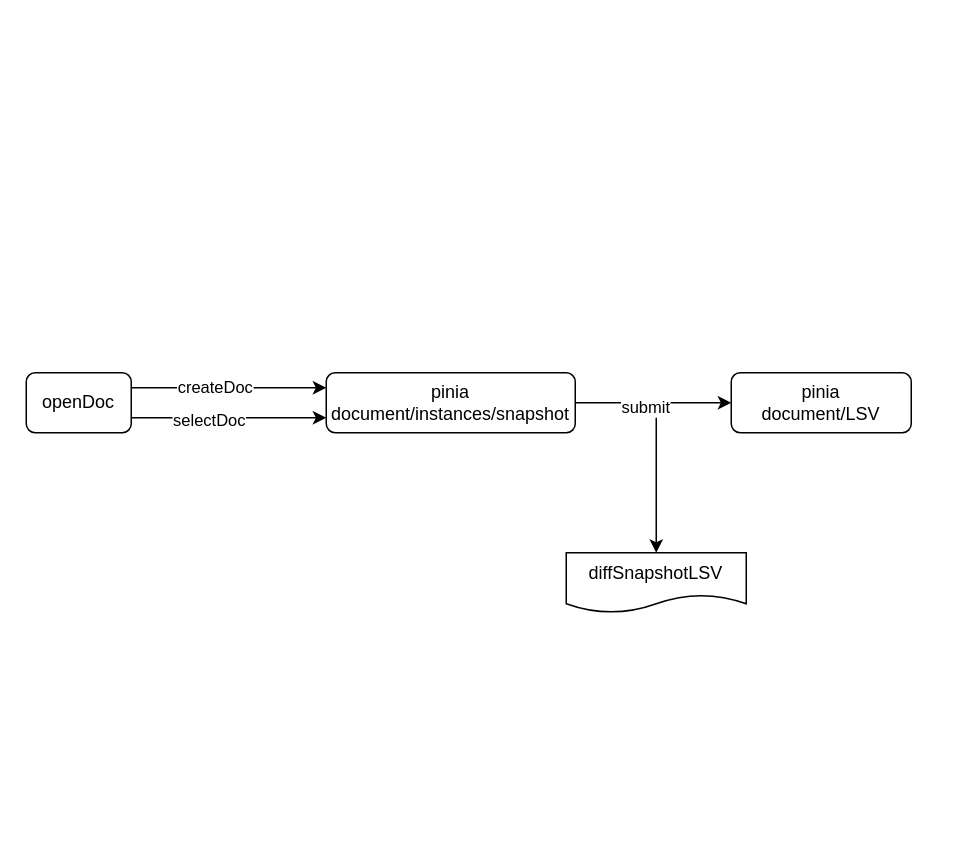
lance631/notes keeps this draw.io diagram as 未命名绘图.drawio. Above is the earlier version. Source tidied: cells renumbered, new cells numbered last; positions are measured from the earlier drawing's top-left corner, leaving out a move shared by most shapes. Both pictures are drawn from the tidied source at 150%, with x=0, y=0 at pixel (26, 372).
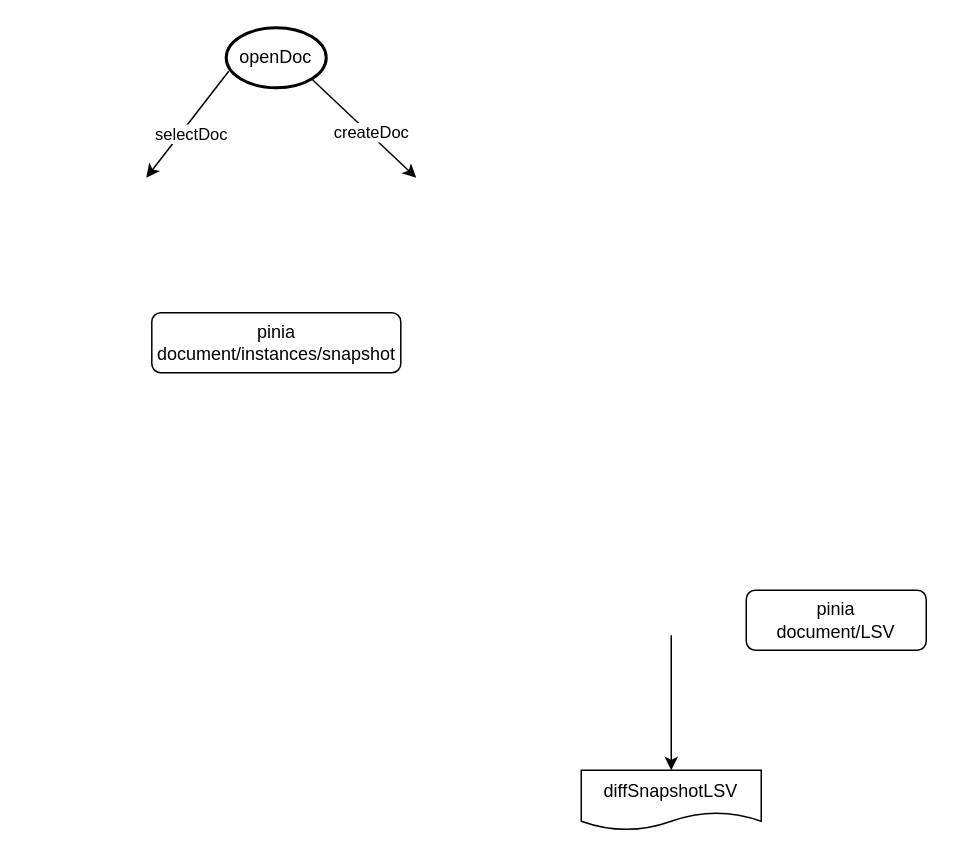
Above is the later version.

Commit message:
前端开发文档.drawio

Change to the diagram source:
```diff
@@
 <mxGraphModel>
   <root>
     <mxCell id="0" />
     <mxCell id="1" parent="0" />
-    <mxCell id="2" value="openDoc" style="rounded=1;whiteSpace=wrap;html=1;" parent="1" vertex="1">
-      <mxGeometry width="70" height="40" as="geometry" />
-    </mxCell>
     <mxCell id="3" value="pinia&lt;div style=&quot;text-align: start;&quot;&gt;document/instances/&lt;span style=&quot;background-color: initial;&quot;&gt;snapshot&lt;/span&gt;&lt;/div&gt;" style="rounded=1;whiteSpace=wrap;html=1;" parent="1" vertex="1">
-      <mxGeometry x="200" width="166" height="40" as="geometry" />
+      <mxGeometry x="83.7" y="-40" width="166" height="40" as="geometry" />
     </mxCell>
     <mxCell id="4" value="pinia&lt;div style=&quot;text-align: start;&quot;&gt;document/LSV&lt;/div&gt;" style="rounded=1;whiteSpace=wrap;html=1;" parent="1" vertex="1">
-      <mxGeometry x="470" width="120" height="40" as="geometry" />
+      <mxGeometry x="480" y="145" width="120" height="40" as="geometry" />
     </mxCell>
-    <mxCell id="5" style="endArrow=classic;html=1;rounded=0;exitX=1;exitY=0.25;exitDx=0;exitDy=0;" parent="1" edge="1" source="2">
+    <mxCell id="5" style="endArrow=classic;html=1;rounded=0;exitX=0.855;exitY=0.855;exitDx=0;exitDy=0;exitPerimeter=0;" parent="1" edge="1" source="2">
       <mxGeometry relative="1" as="geometry">
-        <mxPoint x="200" y="10" as="targetPoint" />
+        <mxPoint x="260" y="-130" as="targetPoint" />
       </mxGeometry>
     </mxCell>
     <mxCell id="6" value="createDoc" style="edgeLabel;html=1;align=center;verticalAlign=middle;" parent="5" vertex="1">
-      <mxGeometry x="-0.15" y="1" relative="1" as="geometry" />
+      <mxGeometry x="-0.15" y="1" relative="1" as="geometry">
+        <mxPoint x="9" y="8" as="offset" />
+      </mxGeometry>
     </mxCell>
-    <mxCell id="7" style="endArrow=classic;html=1;rounded=0;exitX=1;exitY=0.25;exitDx=0;exitDy=0;" parent="1" edge="1">
+    <mxCell id="7" style="endArrow=classic;html=1;rounded=0;exitX=0.025;exitY=0.725;exitDx=0;exitDy=0;exitPerimeter=0;" parent="1" edge="1" source="2">
       <mxGeometry relative="1" as="geometry">
-        <mxPoint x="70" y="30" as="sourcePoint" />
-        <mxPoint x="200" y="30" as="targetPoint" />
+        <mxPoint x="80" y="-130" as="targetPoint" />
       </mxGeometry>
     </mxCell>
     <mxCell id="8" value="selectDoc" style="edgeLabel;html=1;align=center;verticalAlign=middle;" parent="7" vertex="1">
-      <mxGeometry x="-0.22" y="-1" relative="1" as="geometry" />
+      <mxGeometry x="-0.22" y="-1" relative="1" as="geometry">
+        <mxPoint x="-3" y="14" as="offset" />
+      </mxGeometry>
     </mxCell>
-    <mxCell id="9" style="endArrow=classic;html=1;rounded=0;entryX=0;entryY=0.5;entryDx=0;entryDy=0;exitX=1;exitY=0.5;exitDx=0;exitDy=0;" parent="1" edge="1" source="3" target="4">
-      <mxGeometry relative="1" as="geometry" />
-    </mxCell>
-    <mxCell id="10" value="submit" style="edgeLabel;html=1;align=center;verticalAlign=middle;" parent="9" vertex="1">
-      <mxGeometry x="-0.11" y="-2" relative="1" as="geometry" />
-    </mxCell>
     <mxCell id="11" value="diffSnapshotLSV" style="shape=document;whiteSpace=wrap;html=1;boundedLbl=1;" parent="1" vertex="1">
-      <mxGeometry x="360" y="120" width="120" height="40" as="geometry" />
+      <mxGeometry x="370" y="265" width="120" height="40" as="geometry" />
     </mxCell>
     <mxCell id="12" style="endArrow=classic;html=1;rounded=0;entryX=0.5;entryY=0;entryDx=0;entryDy=0;" parent="1" edge="1" target="11">
       <mxGeometry relative="1" as="geometry">
-        <mxPoint x="420" y="30" as="sourcePoint" />
+        <mxPoint x="430" y="175" as="sourcePoint" />
       </mxGeometry>
     </mxCell>
+    <mxCell id="2" value="openDoc" style="strokeWidth=2;html=1;shape=mxgraph.flowchart.start_1;whiteSpace=wrap;" parent="1" vertex="1">
+      <mxGeometry x="133.3" y="-230" width="66.7" height="40" as="geometry" />
+    </mxCell>
   </root>
 </mxGraphModel>
```
